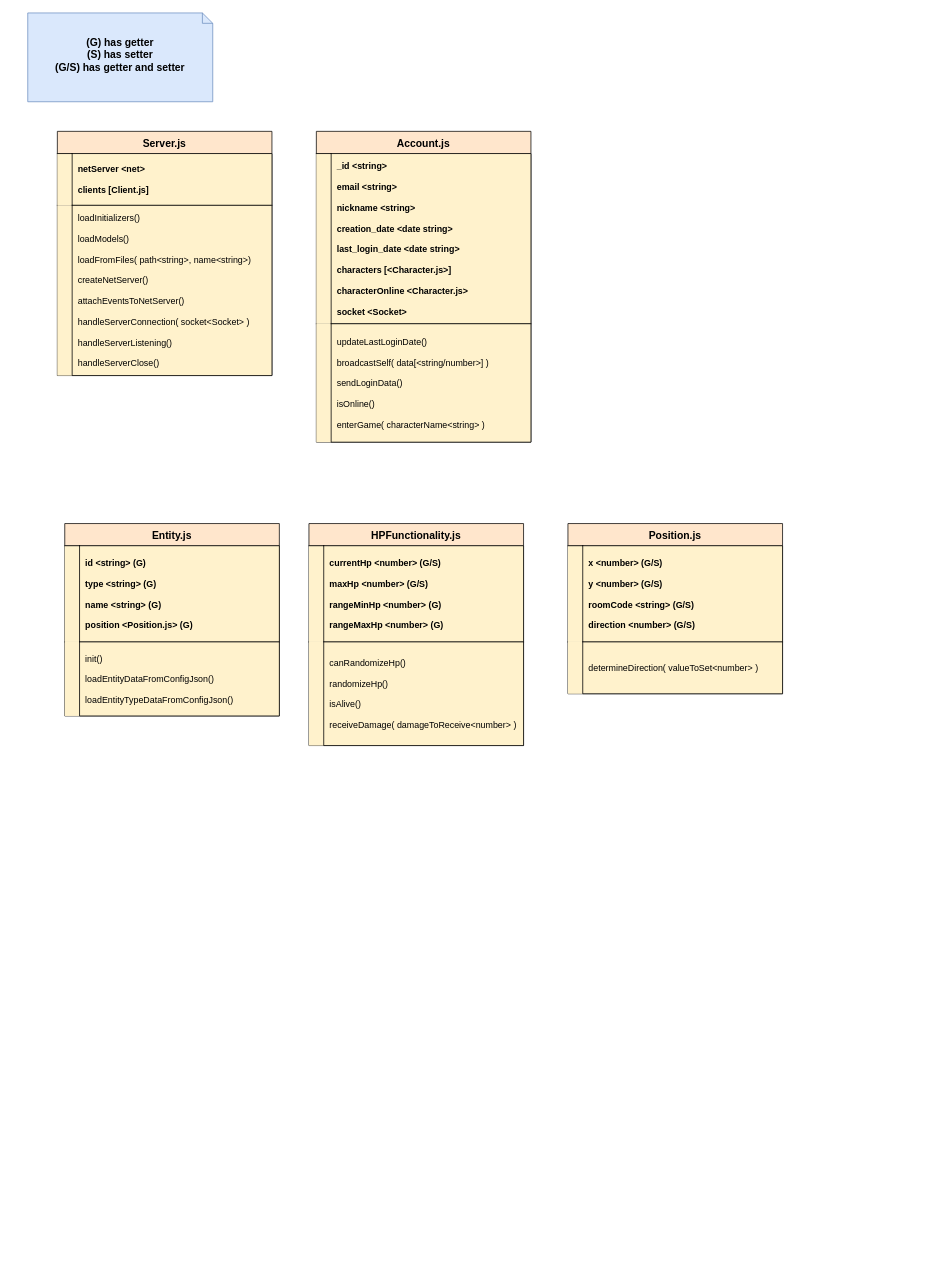
TresComaCatorce/MMORPG keeps this draw.io diagram as documentation/Untitled Diagram.drawio. Above is the earlier version. Source tidied: cells renumbered, new cells numbered last; positions are measured from the earlier drawing's top-left corner, leaving out a move shared by most shapes. Both pictures are drawn from the tidied source at 74%, with x=0, y=0 at pixel (27, 13).
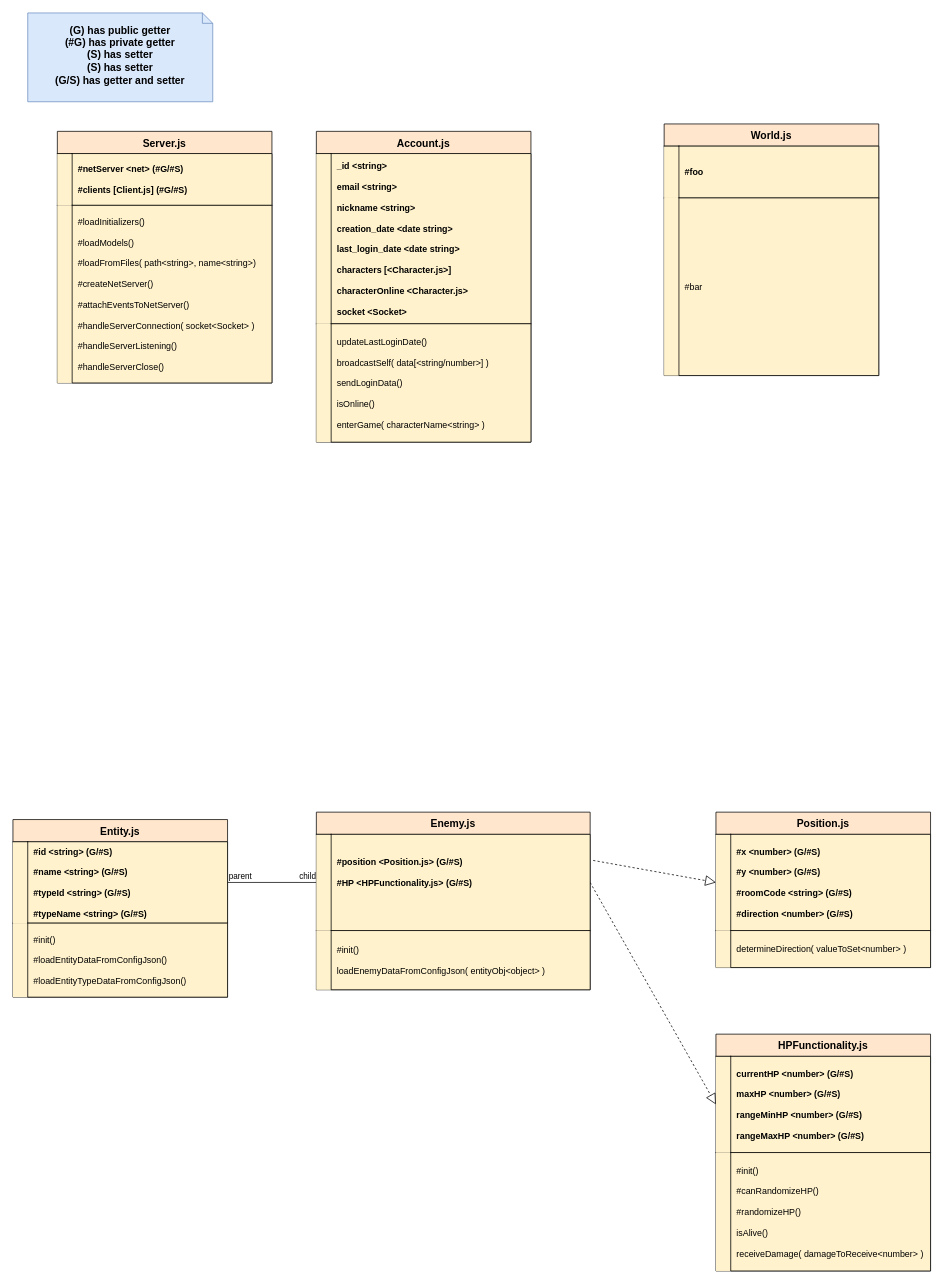
The same diagram, later.

Unchanged cells that the change refers to:
```xml
<mxCell id="11" style="shape=partialRectangle;fillColor=none;top=0;left=0;right=0;bottom=1;" parent="10" vertex="1">
  <mxGeometry y="30" width="290" height="70" as="geometry" />
</mxCell>
<mxCell id="25" style="shape=partialRectangle;fillColor=none;points=[[0,0.5],[1,0.5]];portConstraint=eastwest;top=0;left=0;right=0;bottom=1;" parent="24" vertex="1">
  <mxGeometry y="30" width="290" height="130" as="geometry" />
</mxCell>
```

Change to the diagram source:
```diff
@@
-    <mxCell id="2" value="(G) has getter&lt;br&gt;(S) has setter&lt;br&gt;(G/S) has getter and setter" style="shape=note;whiteSpace=wrap;html=1;size=14;verticalAlign=middle;align=center;spacingTop=-6;strokeColor=#6c8ebf;fillColor=#dae8fc;fontSize=14;fontStyle=1;fontColor=#000000;" parent="1" vertex="1">
+    <mxCell id="2" value="(G) has public getter&lt;br&gt;(#G) has private getter&lt;br&gt;(S) has setter&lt;br&gt;(S) has setter&lt;br&gt;(G/S) has getter and setter" style="shape=note;whiteSpace=wrap;html=1;size=14;verticalAlign=middle;align=center;spacingTop=-6;strokeColor=#6c8ebf;fillColor=#dae8fc;fontSize=14;fontStyle=1;fontColor=#000000;" parent="1" vertex="1">
       <mxGeometry width="250" height="120" as="geometry" />
     </mxCell>
@@
     <mxCell id="10" value="Server.js" style="shape=table;startSize=30;childLayout=tableLayout;rowLines=0;fontStyle=1;align=center;fillColor=#ffe6cc;fontSize=14;fontColor=#000000;strokeColor=#000000;" parent="1" vertex="1">
-      <mxGeometry x="40" y="160" width="290" height="330" as="geometry" />
+      <mxGeometry x="40" y="160" width="290" height="340" as="geometry" />
     </mxCell>
@@
-    <mxCell id="13" value="netServer &lt;net&gt;&#10;&#10;clients [Client.js]" style="shape=partialRectangle;overflow=hidden;fillColor=#fff2cc;top=1;left=1;bottom=1;right=1;align=left;spacingLeft=6;fontStyle=1;fontColor=#000000;strokeColor=#000000;" parent="11" vertex="1">
+    <mxCell id="13" value="#netServer &lt;net&gt; (#G/#S)&#10;&#10;#clients [Client.js] (#G/#S)" style="shape=partialRectangle;overflow=hidden;fillColor=#fff2cc;top=1;left=1;bottom=1;right=1;align=left;spacingLeft=6;fontStyle=1;fontColor=#000000;strokeColor=#000000;" parent="11" vertex="1">
       <mxGeometry x="20" width="270" height="70" as="geometry" />
     </mxCell>
     <mxCell id="14" style="shape=partialRectangle;fillColor=none;top=0;left=0;right=0;bottom=0;" parent="10" vertex="1">
-      <mxGeometry y="100" width="290" height="230" as="geometry" />
+      <mxGeometry y="100" width="290" height="240" as="geometry" />
     </mxCell>
     <mxCell id="15" style="shape=partialRectangle;overflow=hidden;fillColor=#fff2cc;top=0;left=0;bottom=0;right=0;" parent="14" vertex="1">
-      <mxGeometry width="20" height="230" as="geometry" />
+      <mxGeometry width="20" height="240" as="geometry" />
     </mxCell>
-    <mxCell id="16" value="loadInitializers()&#10;&#10;loadModels()&#10;&#10;loadFromFiles( path&lt;string&gt;, name&lt;string&gt;)&#10;&#10;createNetServer()&#10;&#10;attachEventsToNetServer()&#10;&#10;handleServerConnection( socket&lt;Socket&gt; )&#10;&#10;handleServerListening()&#10;&#10;handleServerClose()" style="shape=partialRectangle;overflow=hidden;fillColor=#fff2cc;top=1;left=1;bottom=1;right=1;align=left;spacingLeft=6;fontColor=#000000;strokeColor=#000000;" parent="14" vertex="1">
-      <mxGeometry x="20" width="270" height="230" as="geometry" />
+    <mxCell id="16" value="#loadInitializers()&#10;&#10;#loadModels()&#10;&#10;#loadFromFiles( path&lt;string&gt;, name&lt;string&gt;)&#10;&#10;#createNetServer()&#10;&#10;#attachEventsToNetServer()&#10;&#10;#handleServerConnection( socket&lt;Socket&gt; )&#10;&#10;#handleServerListening()&#10;&#10;#handleServerClose()" style="shape=partialRectangle;overflow=hidden;fillColor=#fff2cc;top=1;left=1;bottom=1;right=1;align=left;spacingLeft=6;fontColor=#000000;strokeColor=#000000;" parent="14" vertex="1">
+      <mxGeometry x="20" width="270" height="240" as="geometry" />
     </mxCell>
+    <mxCell id="38" style="endArrow=none;html=1;edgeStyle=orthogonalEdgeStyle;entryX=0;entryY=0.5;entryDx=0;entryDy=0;exitX=1;exitY=0.5;exitDx=0;exitDy=0;" parent="1" edge="1" source="43" target="49">
+      <mxGeometry relative="1" as="geometry" />
+    </mxCell>
+    <mxCell id="39" value="parent" style="edgeLabel;html=1;align=left;verticalAlign=bottom;" parent="38" vertex="1">
+      <mxGeometry x="-1" relative="1" as="geometry" />
+    </mxCell>
+    <mxCell id="40" value="child" style="edgeLabel;html=1;align=right;verticalAlign=bottom;" parent="38" vertex="1">
+      <mxGeometry x="1" relative="1" as="geometry" />
+    </mxCell>
+    <mxCell id="41" style="endArrow=block;dashed=1;endFill=0;endSize=12;html=1;exitX=1.011;exitY=0.271;exitDx=0;exitDy=0;exitPerimeter=0;entryX=0;entryY=0.5;entryDx=0;entryDy=0;" parent="1" edge="1" source="49" target="32">
+      <mxGeometry relative="1" as="geometry" />
+    </mxCell>
+    <mxCell id="42" style="endArrow=block;dashed=1;endFill=0;endSize=12;html=1;exitX=1;exitY=0.5;exitDx=0;exitDy=0;entryX=0;entryY=0.5;entryDx=0;entryDy=0;" parent="1" edge="1" source="49" target="25">
+      <mxGeometry relative="1" as="geometry" />
+    </mxCell>
-    <mxCell id="17" value="Entity.js" style="shape=table;startSize=30;childLayout=tableLayout;rowLines=0;fontStyle=1;align=center;fillColor=#ffe6cc;fontSize=14;strokeColor=#000000;fontColor=#000000;" parent="1" vertex="1">
-      <mxGeometry x="50" y="690" width="290" height="260" as="geometry" />
+    <mxCell id="17" value="Entity.js" style="shape=table;startSize=30;childLayout=tableLayout;rowLines=0;fontStyle=1;align=center;fillColor=#ffe6cc;fontSize=14;strokeColor=#000000;fontColor=#000000;verticalAlign=middle;" parent="1" vertex="1">
+      <mxGeometry x="-20" y="1090" width="290" height="240" as="geometry" />
     </mxCell>
-    <mxCell id="18" style="shape=partialRectangle;fillColor=none;top=0;left=0;right=0;bottom=1;" parent="17" vertex="1">
-      <mxGeometry y="30" width="290" height="130" as="geometry" />
-    </mxCell>
+    <mxCell id="43" style="shape=partialRectangle;fillColor=none;points=[[0,0.5],[1,0.5]];portConstraint=eastwest;top=0;left=0;right=0;bottom=1;" parent="17" vertex="1">
+      <mxGeometry y="30" width="290" height="110" as="geometry" />
+    </mxCell>
+    <mxCell id="44" style="shape=partialRectangle;overflow=hidden;fillColor=#fff2cc;top=1;left=0;bottom=0;right=0;fontStyle=1;strokeColor=#000000;" parent="43" vertex="1">
+      <mxGeometry width="20" height="110" as="geometry" />
+    </mxCell>
+    <mxCell id="45" value="#id &lt;string&gt; (G/#S)&#10;&#10;#name &lt;string&gt; (G/#S)&#10;&#10;#typeId &lt;string&gt; (G/#S)&#10;&#10;#typeName &lt;string&gt; (G/#S)" style="shape=partialRectangle;overflow=hidden;fillColor=#fff2cc;top=1;left=1;bottom=1;right=1;align=left;spacingLeft=6;fontStyle=1;fontColor=#000000;strokeColor=#000000;" parent="43" vertex="1">
+      <mxGeometry x="20" width="270" height="110" as="geometry" />
+    </mxCell>
+    <mxCell id="46" style="shape=partialRectangle;fillColor=none;top=0;left=0;right=0;bottom=0;" parent="17" vertex="1">
+      <mxGeometry y="140" width="290" height="100" as="geometry" />
+    </mxCell>
+    <mxCell id="22" style="shape=partialRectangle;overflow=hidden;fillColor=#fff2cc;top=0;left=0;bottom=0;right=0;" parent="46" vertex="1">
+      <mxGeometry width="20" height="100" as="geometry" />
+    </mxCell>
+    <mxCell id="47" value="#init()&#10;&#10;#loadEntityDataFromConfigJson()&#10;&#10;#loadEntityTypeDataFromConfigJson()" style="shape=partialRectangle;overflow=hidden;fillColor=#fff2cc;top=1;left=1;bottom=1;right=1;align=left;spacingLeft=6;fontColor=#000000;strokeColor=#000000;" parent="46" vertex="1">
+      <mxGeometry x="20" width="270" height="100" as="geometry" />
+    </mxCell>
+    <mxCell id="48" value="Enemy.js" style="shape=table;startSize=30;childLayout=tableLayout;rowLines=0;fontStyle=1;align=center;fillColor=#ffe6cc;fontSize=14;strokeColor=#000000;fontColor=#000000;verticalAlign=middle;" parent="1" vertex="1">
+      <mxGeometry x="390" y="1080" width="370" height="240" as="geometry" />
+    </mxCell>
+    <mxCell id="49" style="shape=partialRectangle;fillColor=none;points=[[0,0.5],[1,0.5]];portConstraint=eastwest;top=0;left=0;right=0;bottom=1;" parent="48" vertex="1">
+      <mxGeometry y="30" width="370" height="130" as="geometry" />
+    </mxCell>
-    <mxCell id="19" style="shape=partialRectangle;overflow=hidden;fillColor=#fff2cc;top=1;left=0;bottom=0;right=0;fontStyle=1;strokeColor=#000000;" parent="18" vertex="1">
+    <mxCell id="19" style="shape=partialRectangle;overflow=hidden;fillColor=#fff2cc;top=1;left=0;bottom=0;right=0;fontStyle=1;strokeColor=#000000;" parent="49" vertex="1">
       <mxGeometry width="20" height="130" as="geometry" />
     </mxCell>
-    <mxCell id="20" value="id &lt;string&gt; (G)&#10;&#10;type &lt;string&gt; (G)&#10;&#10;name &lt;string&gt; (G)&#10;&#10;position &lt;Position.js&gt; (G)" style="shape=partialRectangle;overflow=hidden;fillColor=#fff2cc;top=1;left=1;bottom=1;right=1;align=left;spacingLeft=6;fontStyle=1;fontColor=#000000;strokeColor=#000000;" parent="18" vertex="1">
-      <mxGeometry x="20" width="270" height="130" as="geometry" />
-    </mxCell>
-    <mxCell id="21" style="shape=partialRectangle;fillColor=none;top=0;left=0;right=0;bottom=0;" parent="17" vertex="1">
-      <mxGeometry y="160" width="290" height="100" as="geometry" />
-    </mxCell>
-    <mxCell id="22" style="shape=partialRectangle;overflow=hidden;fillColor=#fff2cc;top=0;left=0;bottom=0;right=0;" parent="21" vertex="1">
-      <mxGeometry width="20" height="100" as="geometry" />
-    </mxCell>
-    <mxCell id="23" value="init()&#10;&#10;loadEntityDataFromConfigJson()&#10;&#10;loadEntityTypeDataFromConfigJson()" style="shape=partialRectangle;overflow=hidden;fillColor=#fff2cc;top=1;left=1;bottom=1;right=1;align=left;spacingLeft=6;fontColor=#000000;strokeColor=#000000;" parent="21" vertex="1">
-      <mxGeometry x="20" width="270" height="100" as="geometry" />
-    </mxCell>
+    <mxCell id="50" value="#position &lt;Position.js&gt; (G/#S)&#10;&#10;#HP &lt;HPFunctionality.js&gt; (G/#S)&#10;&#10;" style="shape=partialRectangle;overflow=hidden;fillColor=#fff2cc;top=1;left=1;bottom=1;right=1;align=left;spacingLeft=6;fontStyle=1;fontColor=#000000;strokeColor=#000000;" parent="49" vertex="1">
+      <mxGeometry x="20" width="350" height="130" as="geometry" />
+    </mxCell>
+    <mxCell id="51" style="shape=partialRectangle;fillColor=none;top=0;left=0;right=0;bottom=0;" parent="48" vertex="1">
+      <mxGeometry y="160" width="370" height="80" as="geometry" />
+    </mxCell>
+    <mxCell id="52" style="shape=partialRectangle;overflow=hidden;fillColor=#fff2cc;top=0;left=0;bottom=0;right=0;" parent="51" vertex="1">
+      <mxGeometry width="20" height="80" as="geometry" />
+    </mxCell>
+    <mxCell id="53" value="#init()&#10;&#10;loadEnemyDataFromConfigJson( entityObj&lt;object&gt; )" style="shape=partialRectangle;overflow=hidden;fillColor=#fff2cc;top=1;left=1;bottom=1;right=1;align=left;spacingLeft=6;fontColor=#000000;strokeColor=#000000;" parent="51" vertex="1">
+      <mxGeometry x="20" width="350" height="80" as="geometry" />
+    </mxCell>
+    <mxCell id="31" value="Position.js" style="shape=table;startSize=30;childLayout=tableLayout;rowLines=0;fontStyle=1;align=center;fillColor=#ffe6cc;fontSize=14;strokeColor=#000000;fontColor=#000000;" parent="1" vertex="1">
+      <mxGeometry x="930" y="1080" width="290" height="210" as="geometry" />
+    </mxCell>
+    <mxCell id="32" style="shape=partialRectangle;fillColor=none;points=[[0,0.5],[1,0.5]];portConstraint=eastwest;top=0;left=0;right=0;bottom=1;" parent="31" vertex="1">
+      <mxGeometry y="30" width="290" height="130" as="geometry" />
+    </mxCell>
+    <mxCell id="33" style="shape=partialRectangle;overflow=hidden;fillColor=#fff2cc;top=1;left=0;bottom=0;right=0;fontStyle=1;strokeColor=#000000;" parent="32" vertex="1">
+      <mxGeometry width="20" height="130" as="geometry" />
+    </mxCell>
+    <mxCell id="34" value="#x &lt;number&gt; (G/#S)&#10;&#10;#y &lt;number&gt; (G/#S)&#10;&#10;#roomCode &lt;string&gt; (G/#S)&#10;&#10;#direction &lt;number&gt; (G/#S)" style="shape=partialRectangle;overflow=hidden;fillColor=#fff2cc;top=1;left=1;bottom=1;right=1;align=left;spacingLeft=6;fontStyle=1;fontColor=#000000;strokeColor=#000000;" parent="32" vertex="1">
+      <mxGeometry x="20" width="270" height="130" as="geometry" />
+    </mxCell>
+    <mxCell id="35" style="shape=partialRectangle;fillColor=none;top=0;left=0;right=0;bottom=0;" parent="31" vertex="1">
+      <mxGeometry y="160" width="290" height="50" as="geometry" />
+    </mxCell>
+    <mxCell id="36" style="shape=partialRectangle;overflow=hidden;fillColor=#fff2cc;top=0;left=0;bottom=0;right=0;" parent="35" vertex="1">
+      <mxGeometry width="20" height="50" as="geometry" />
+    </mxCell>
+    <mxCell id="37" value="determineDirection( valueToSet&lt;number&gt; )" style="shape=partialRectangle;overflow=hidden;fillColor=#fff2cc;top=1;left=1;bottom=1;right=1;align=left;spacingLeft=6;fontColor=#000000;strokeColor=#000000;" parent="35" vertex="1">
+      <mxGeometry x="20" width="270" height="50" as="geometry" />
+    </mxCell>
     <mxCell id="24" value="HPFunctionality.js" style="shape=table;startSize=30;childLayout=tableLayout;rowLines=0;fontStyle=1;align=center;fillColor=#ffe6cc;fontSize=14;strokeColor=#000000;fontColor=#000000;" parent="1" vertex="1">
-      <mxGeometry x="380" y="690" width="290" height="300" as="geometry" />
+      <mxGeometry x="930" y="1380" width="290" height="320" as="geometry" />
     </mxCell>
@@
-    <mxCell id="27" value="currentHp &lt;number&gt; (G/S)&#10;&#10;maxHp &lt;number&gt; (G/S)&#10;&#10;rangeMinHp &lt;number&gt; (G)&#10;&#10;rangeMaxHp &lt;number&gt; (G)" style="shape=partialRectangle;overflow=hidden;fillColor=#fff2cc;top=1;left=1;bottom=1;right=1;align=left;spacingLeft=6;fontStyle=1;fontColor=#000000;strokeColor=#000000;" parent="25" vertex="1">
+    <mxCell id="27" value="currentHP &lt;number&gt; (G/#S)&#10;&#10;maxHP &lt;number&gt; (G/#S)&#10;&#10;rangeMinHP &lt;number&gt; (G/#S)&#10;&#10;rangeMaxHP &lt;number&gt; (G/#S)" style="shape=partialRectangle;overflow=hidden;fillColor=#fff2cc;top=1;left=1;bottom=1;right=1;align=left;spacingLeft=6;fontStyle=1;fontColor=#000000;strokeColor=#000000;" parent="25" vertex="1">
       <mxGeometry x="20" width="270" height="130" as="geometry" />
     </mxCell>
     <mxCell id="28" style="shape=partialRectangle;fillColor=none;top=0;left=0;right=0;bottom=0;" parent="24" vertex="1">
-      <mxGeometry y="160" width="290" height="140" as="geometry" />
+      <mxGeometry y="160" width="290" height="160" as="geometry" />
     </mxCell>
     <mxCell id="29" style="shape=partialRectangle;overflow=hidden;fillColor=#fff2cc;top=0;left=0;bottom=0;right=0;" parent="28" vertex="1">
-      <mxGeometry width="20" height="140" as="geometry" />
+      <mxGeometry width="20" height="160" as="geometry" />
     </mxCell>
-    <mxCell id="30" value="canRandomizeHp()&#10;&#10;randomizeHp()&#10;&#10;isAlive()&#10;&#10;receiveDamage( damageToReceive&lt;number&gt; )" style="shape=partialRectangle;overflow=hidden;fillColor=#fff2cc;top=1;left=1;bottom=1;right=1;align=left;spacingLeft=6;fontColor=#000000;strokeColor=#000000;" parent="28" vertex="1">
-      <mxGeometry x="20" width="270" height="140" as="geometry" />
+    <mxCell id="30" value="#init()&#10;&#10;#canRandomizeHP()&#10;&#10;#randomizeHP()&#10;&#10;isAlive()&#10;&#10;receiveDamage( damageToReceive&lt;number&gt; )" style="shape=partialRectangle;overflow=hidden;fillColor=#fff2cc;top=1;left=1;bottom=1;right=1;align=left;spacingLeft=6;fontColor=#000000;strokeColor=#000000;" parent="28" vertex="1">
+      <mxGeometry x="20" width="270" height="160" as="geometry" />
     </mxCell>
-    <mxCell id="31" value="Position.js" style="shape=table;startSize=30;childLayout=tableLayout;rowLines=0;fontStyle=1;align=center;fillColor=#ffe6cc;fontSize=14;strokeColor=#000000;fontColor=#000000;" parent="1" vertex="1">
-      <mxGeometry x="730" y="690" width="290" height="230" as="geometry" />
-    </mxCell>
-    <mxCell id="32" style="shape=partialRectangle;fillColor=none;points=[[0,0.5],[1,0.5]];portConstraint=eastwest;top=0;left=0;right=0;bottom=1;" parent="31" vertex="1">
-      <mxGeometry y="30" width="290" height="130" as="geometry" />
-    </mxCell>
-    <mxCell id="33" style="shape=partialRectangle;overflow=hidden;fillColor=#fff2cc;top=1;left=0;bottom=0;right=0;fontStyle=1;strokeColor=#000000;" parent="32" vertex="1">
-      <mxGeometry width="20" height="130" as="geometry" />
-    </mxCell>
-    <mxCell id="34" value="x &lt;number&gt; (G/S)&#10;&#10;y &lt;number&gt; (G/S)&#10;&#10;roomCode &lt;string&gt; (G/S)&#10;&#10;direction &lt;number&gt; (G/S)" style="shape=partialRectangle;overflow=hidden;fillColor=#fff2cc;top=1;left=1;bottom=1;right=1;align=left;spacingLeft=6;fontStyle=1;fontColor=#000000;strokeColor=#000000;" parent="32" vertex="1">
-      <mxGeometry x="20" width="270" height="130" as="geometry" />
-    </mxCell>
-    <mxCell id="35" style="shape=partialRectangle;fillColor=none;top=0;left=0;right=0;bottom=0;" parent="31" vertex="1">
-      <mxGeometry y="160" width="290" height="70" as="geometry" />
-    </mxCell>
-    <mxCell id="36" style="shape=partialRectangle;overflow=hidden;fillColor=#fff2cc;top=0;left=0;bottom=0;right=0;" parent="35" vertex="1">
-      <mxGeometry width="20" height="70" as="geometry" />
-    </mxCell>
-    <mxCell id="37" value="determineDirection( valueToSet&lt;number&gt; )" style="shape=partialRectangle;overflow=hidden;fillColor=#fff2cc;top=1;left=1;bottom=1;right=1;align=left;spacingLeft=6;fontColor=#000000;strokeColor=#000000;" parent="35" vertex="1">
-      <mxGeometry x="20" width="270" height="70" as="geometry" />
-    </mxCell>
+    <mxCell id="54" value="World.js" style="shape=table;startSize=30;childLayout=tableLayout;rowLines=0;fontStyle=1;align=center;fillColor=#ffe6cc;fontSize=14;fontColor=#000000;strokeColor=#000000;" parent="1" vertex="1">
+      <mxGeometry x="860" y="150" width="290" height="340" as="geometry" />
+    </mxCell>
+    <mxCell id="55" style="shape=partialRectangle;fillColor=none;top=0;left=0;right=0;bottom=1;" parent="54" vertex="1">
+      <mxGeometry y="30" width="290" height="70" as="geometry" />
+    </mxCell>
+    <mxCell id="56" style="shape=partialRectangle;overflow=hidden;fillColor=#fff2cc;top=1;left=0;bottom=0;right=0;fontStyle=1;strokeColor=#000000;" parent="55" vertex="1">
+      <mxGeometry width="20" height="70" as="geometry" />
+    </mxCell>
+    <mxCell id="57" value="#foo" style="shape=partialRectangle;overflow=hidden;fillColor=#fff2cc;top=1;left=1;bottom=1;right=1;align=left;spacingLeft=6;fontStyle=1;fontColor=#000000;strokeColor=#000000;" parent="55" vertex="1">
+      <mxGeometry x="20" width="270" height="70" as="geometry" />
+    </mxCell>
+    <mxCell id="58" style="shape=partialRectangle;fillColor=none;top=0;left=0;right=0;bottom=0;" parent="54" vertex="1">
+      <mxGeometry y="100" width="290" height="240" as="geometry" />
+    </mxCell>
+    <mxCell id="59" style="shape=partialRectangle;overflow=hidden;fillColor=#fff2cc;top=0;left=0;bottom=0;right=0;" parent="58" vertex="1">
+      <mxGeometry width="20" height="240" as="geometry" />
+    </mxCell>
+    <mxCell id="60" value="#bar" style="shape=partialRectangle;overflow=hidden;fillColor=#fff2cc;top=1;left=1;bottom=1;right=1;align=left;spacingLeft=6;fontColor=#000000;strokeColor=#000000;" parent="58" vertex="1">
+      <mxGeometry x="20" width="270" height="240" as="geometry" />
+    </mxCell>
```
